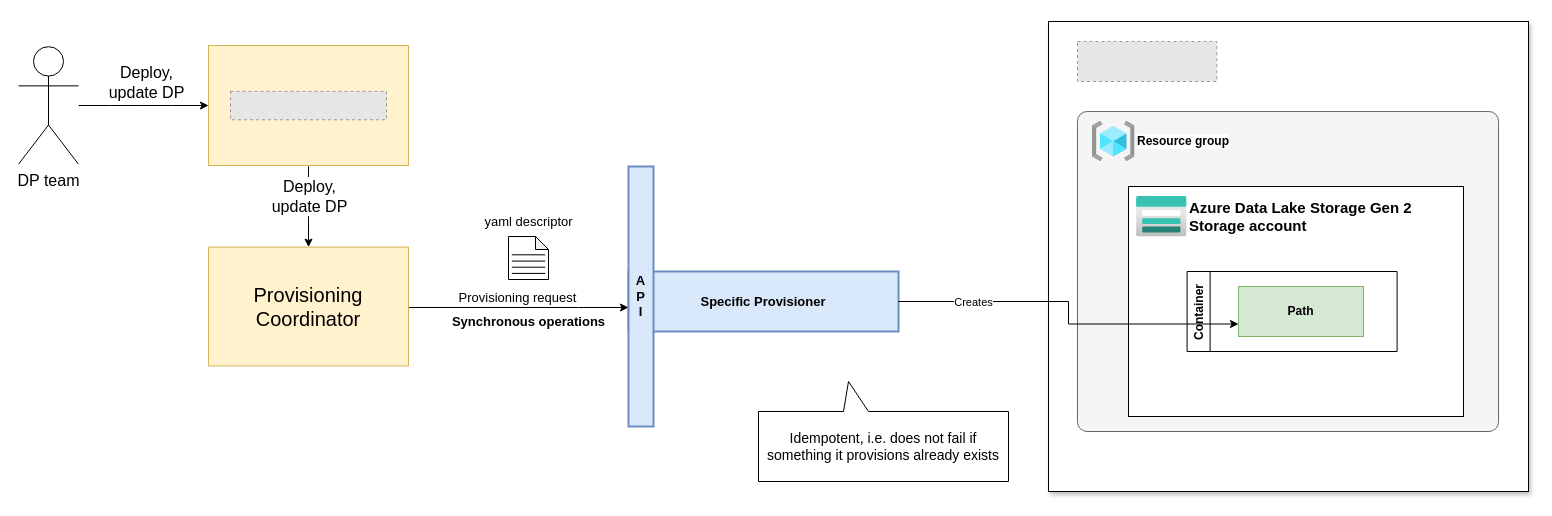
agile-lab-dev/witboost-azure-adls-output-port-tech-adapter keeps this draw.io diagram as page "Provisioning" (2 of 4) of docs/hld.drawio. Above is the earlier version. Source tidied: cells renumbered, new cells numbered last; positions are measured from the earlier drawing's top-left corner, leaving out a move shared by most shapes. Both pictures are drawn from the tidied source at 100%, with x=0, y=0 at pixel (18, 21). Pictures stored in the file or linked from it are replaced by grey dashed boxes.
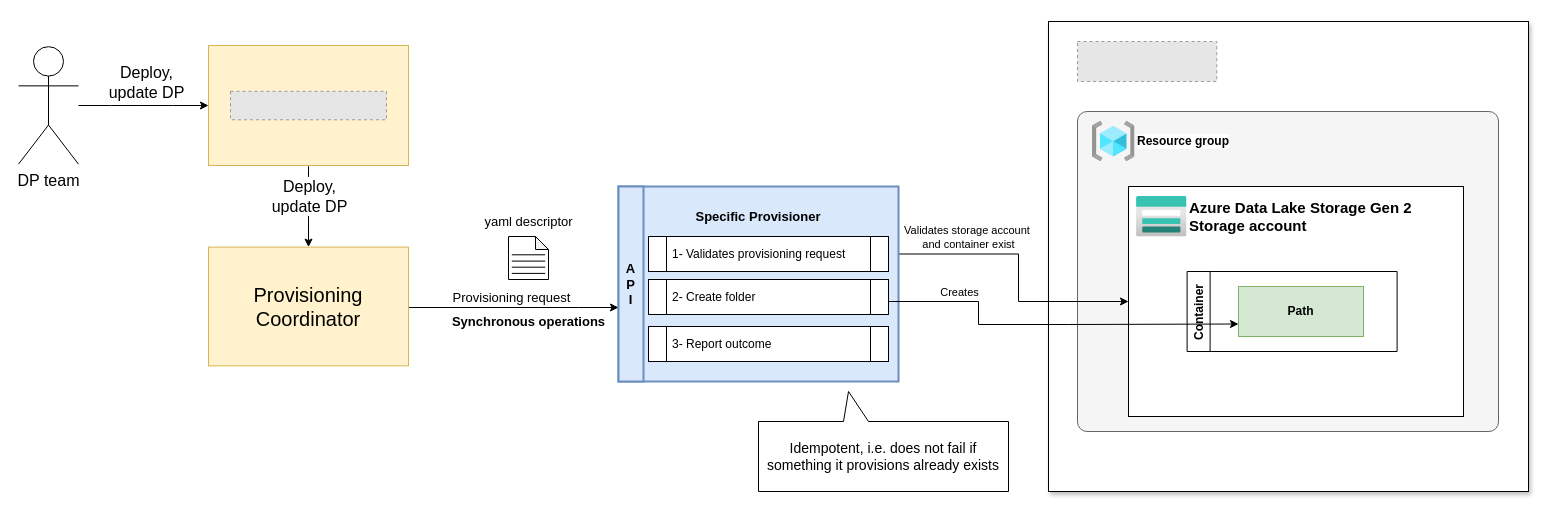
The same diagram, later.

Unchanged cells that the change refers to:
```xml
<mxCell id="30" style="rounded=0;whiteSpace=wrap;html=1;" parent="29" vertex="1">
  <mxGeometry width="335" height="230" as="geometry" />
</mxCell>
<mxCell id="33" value="&lt;b&gt;Path&lt;/b&gt;" style="rounded=0;whiteSpace=wrap;html=1;fillColor=#d5e8d4;strokeColor=#82b366;" parent="29" vertex="1">
  <mxGeometry x="110" y="100" width="125" height="50" as="geometry" />
</mxCell>
```

The edit, as a diff of the source:
```diff
@@
+    <mxCell id="36" style="edgeStyle=orthogonalEdgeStyle;rounded=0;jettySize=auto;html=1;" parent="1" edge="1" source="38" target="30">
+      <mxGeometry relative="1" as="geometry">
+        <Array as="points">
+          <mxPoint x="1000" y="233" />
+          <mxPoint x="1000" y="280" />
+        </Array>
+      </mxGeometry>
+    </mxCell>
+    <mxCell id="37" value="Validates storage account&amp;nbsp;&lt;div&gt;and container exist&lt;/div&gt;" style="edgeLabel;html=1;align=center;verticalAlign=middle;" parent="36" vertex="1">
+      <mxGeometry x="-0.65" y="1" relative="1" as="geometry">
+        <mxPoint x="29" y="-16" as="offset" />
+      </mxGeometry>
+    </mxCell>
-    <mxCell id="4" value="&lt;br&gt;Specific Provisioner" style="rounded=0;whiteSpace=wrap;html=1;fontStyle=1;strokeWidth=2;fontSize=13;verticalAlign=top;fillColor=#dae8fc;strokeColor=#6c8ebf;" parent="1" vertex="1">
-      <mxGeometry x="610" y="250" width="270" height="60" as="geometry" />
+    <mxCell id="4" value="&lt;br&gt;Specific Provisioner" style="rounded=0;fontStyle=1;strokeWidth=2;fontSize=13;verticalAlign=top;fillColor=#dae8fc;strokeColor=#6c8ebf;html=1;whiteSpace=wrap;" parent="1" vertex="1">
+      <mxGeometry x="600" y="165" width="280" height="195" as="geometry" />
     </mxCell>
@@
     <mxCell id="7" value="A&lt;br style=&quot;font-size: 13px;&quot;&gt;P&lt;br style=&quot;font-size: 13px;&quot;&gt;I" style="rounded=0;whiteSpace=wrap;html=1;fontStyle=1;strokeWidth=2;fontSize=13;fillColor=#dae8fc;strokeColor=#6c8ebf;" parent="1" vertex="1">
-      <mxGeometry x="610" y="145" width="25" height="260" as="geometry" />
+      <mxGeometry x="600" y="165" width="25" height="195" as="geometry" />
     </mxCell>
@@
     <mxCell id="24" value="Idempotent, i.e. does not fail if something it provisions already exists" style="shape=callout;whiteSpace=wrap;html=1;perimeter=calloutPerimeter;flipH=1;spacing=4;flipV=1;fontSize=14;position2=0.64;base=25;size=30;position=0.56;" parent="1" vertex="1">
-      <mxGeometry x="740" y="360" width="250" height="100" as="geometry" />
+      <mxGeometry x="740" y="370" width="250" height="100" as="geometry" />
     </mxCell>
@@
-    <mxCell id="34" style="edgeStyle=orthogonalEdgeStyle;rounded=0;jettySize=auto;html=1;entryX=0;entryY=0.75;entryDx=0;entryDy=0;" parent="1" edge="1" source="4" target="33">
-      <mxGeometry relative="1" as="geometry" />
+    <mxCell id="34" style="edgeStyle=orthogonalEdgeStyle;rounded=0;jettySize=auto;html=1;entryX=0;entryY=0.75;entryDx=0;entryDy=0;" parent="1" edge="1" source="39" target="33">
+      <mxGeometry relative="1" as="geometry">
+        <Array as="points">
+          <mxPoint x="960" y="280" />
+          <mxPoint x="960" y="303" />
+          <mxPoint x="1050" y="303" />
+        </Array>
+      </mxGeometry>
     </mxCell>
     <mxCell id="35" value="Creates" style="edgeLabel;html=1;align=center;verticalAlign=middle;" parent="34" vertex="1">
-      <mxGeometry x="-0.59" relative="1" as="geometry" />
+      <mxGeometry x="-0.59" relative="1" as="geometry">
+        <mxPoint x="-6" y="-10" as="offset" />
+      </mxGeometry>
     </mxCell>
+    <mxCell id="38" value="1- Validates provisioning request" style="shape=process;whiteSpace=wrap;html=1;backgroundOutline=1;size=0.07692307692307693;align=left;spacingLeft=4;" parent="1" vertex="1">
+      <mxGeometry x="630" y="215" width="240" height="35" as="geometry" />
+    </mxCell>
+    <mxCell id="39" value="2- Create folder" style="shape=process;whiteSpace=wrap;html=1;backgroundOutline=1;size=0.07692307692307693;align=left;spacingLeft=4;" parent="1" vertex="1">
+      <mxGeometry x="630" y="258" width="240" height="35" as="geometry" />
+    </mxCell>
+    <mxCell id="40" value="3- Report outcome" style="shape=process;whiteSpace=wrap;html=1;backgroundOutline=1;size=0.07692307692307693;align=left;spacingLeft=4;" parent="1" vertex="1">
+      <mxGeometry x="630" y="305" width="240" height="35" as="geometry" />
+    </mxCell>
```
